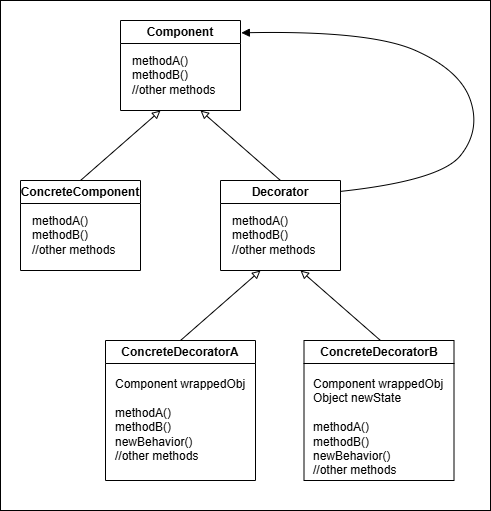
Earlier version of the draw.io export diagram.png (mikedr/design-pattern-decorator). Source tidied: cells renumbered, new cells last; positions are measured from the earlier drawing's top-left corner, leaving out a move shared by most shapes. Source of this version:
```xml
<mxGraphModel>
  <root>
    <mxCell id="0" />
    <mxCell id="1" parent="0" />
    <mxCell id="2" value="Component" style="swimlane;whiteSpace=wrap;html=1;" parent="1" vertex="1">
      <mxGeometry x="120" y="20" width="120" height="90" as="geometry" />
    </mxCell>
    <mxCell id="3" value="methodA()&lt;div&gt;methodB()&lt;/div&gt;&lt;div&gt;//other methods&lt;/div&gt;" style="text;html=1;align=left;verticalAlign=middle;whiteSpace=wrap;rounded=0;" parent="2" vertex="1">
      <mxGeometry x="10" y="30" width="100" height="50" as="geometry" />
    </mxCell>
    <mxCell id="4" style="edgeStyle=orthogonalEdgeStyle;rounded=0;orthogonalLoop=1;jettySize=auto;html=1;exitX=0.5;exitY=1;exitDx=0;exitDy=0;" parent="2" edge="1" source="3" target="3">
      <mxGeometry relative="1" as="geometry" />
    </mxCell>
    <mxCell id="5" value="ConcreteDecoratorA" style="swimlane;whiteSpace=wrap;html=1;swimlaneLine=1;rounded=0;shadow=0;" parent="1" vertex="1">
      <mxGeometry x="105" y="340" width="150" height="140" as="geometry" />
    </mxCell>
    <mxCell id="6" value="&lt;div&gt;Component wrappedObj&lt;/div&gt;&lt;div&gt;&lt;br&gt;&lt;/div&gt;methodA()&lt;div&gt;methodB()&lt;br&gt;newBehavior()&lt;/div&gt;&lt;div&gt;//other methods&lt;/div&gt;" style="text;html=1;align=left;verticalAlign=top;whiteSpace=wrap;rounded=0;" parent="5" vertex="1">
      <mxGeometry x="7.5" y="30" width="135" height="100" as="geometry" />
    </mxCell>
    <mxCell id="7" style="endArrow=block;html=1;rounded=0;curved=0;endFill=0;" parent="1" edge="1">
      <mxGeometry relative="1" as="geometry">
        <mxPoint x="80" y="180" as="sourcePoint" />
        <mxPoint x="160" y="110" as="targetPoint" />
      </mxGeometry>
    </mxCell>
    <mxCell id="8" style="endArrow=block;html=1;rounded=0;curved=0;endFill=0;" parent="1" edge="1">
      <mxGeometry relative="1" as="geometry">
        <mxPoint x="280" y="180" as="sourcePoint" />
        <mxPoint x="200" y="110" as="targetPoint" />
      </mxGeometry>
    </mxCell>
    <mxCell id="9" value="Decorator" style="swimlane;whiteSpace=wrap;html=1;" parent="1" vertex="1">
      <mxGeometry x="220" y="180" width="120" height="90" as="geometry" />
    </mxCell>
    <mxCell id="10" value="methodA()&lt;div&gt;methodB()&lt;/div&gt;&lt;div&gt;//other methods&lt;/div&gt;" style="text;html=1;align=left;verticalAlign=middle;whiteSpace=wrap;rounded=0;" parent="9" vertex="1">
      <mxGeometry x="10" y="30" width="100" height="50" as="geometry" />
    </mxCell>
    <mxCell id="11" style="edgeStyle=orthogonalEdgeStyle;rounded=0;orthogonalLoop=1;jettySize=auto;html=1;exitX=0.5;exitY=1;exitDx=0;exitDy=0;" parent="9" edge="1" source="10" target="10">
      <mxGeometry relative="1" as="geometry" />
    </mxCell>
    <mxCell id="12" value="ConcreteComponent" style="swimlane;whiteSpace=wrap;html=1;" parent="1" vertex="1">
      <mxGeometry x="20" y="180" width="120" height="90" as="geometry" />
    </mxCell>
    <mxCell id="13" value="methodA()&lt;div&gt;methodB()&lt;/div&gt;&lt;div&gt;//other methods&lt;/div&gt;" style="text;html=1;align=left;verticalAlign=middle;whiteSpace=wrap;rounded=0;" parent="12" vertex="1">
      <mxGeometry x="10" y="30" width="100" height="50" as="geometry" />
    </mxCell>
    <mxCell id="14" style="edgeStyle=orthogonalEdgeStyle;rounded=0;orthogonalLoop=1;jettySize=auto;html=1;exitX=0.5;exitY=1;exitDx=0;exitDy=0;" parent="12" edge="1" source="13" target="13">
      <mxGeometry relative="1" as="geometry" />
    </mxCell>
    <mxCell id="15" style="endArrow=block;html=1;rounded=0;curved=0;endFill=0;" parent="1" edge="1">
      <mxGeometry relative="1" as="geometry">
        <mxPoint x="180" y="340" as="sourcePoint" />
        <mxPoint x="260" y="270" as="targetPoint" />
      </mxGeometry>
    </mxCell>
    <mxCell id="16" style="endArrow=block;html=1;rounded=0;curved=0;endFill=0;" parent="1" edge="1">
      <mxGeometry relative="1" as="geometry">
        <mxPoint x="380" y="340" as="sourcePoint" />
        <mxPoint x="300" y="270" as="targetPoint" />
      </mxGeometry>
    </mxCell>
    <mxCell id="17" value="ConcreteDecoratorB" style="swimlane;whiteSpace=wrap;html=1;" parent="1" vertex="1">
      <mxGeometry x="303.5" y="340" width="150" height="140" as="geometry" />
    </mxCell>
    <mxCell id="18" value="&lt;div&gt;Component wrappedObj&lt;br&gt;Object newState&lt;/div&gt;&lt;div&gt;&lt;br&gt;&lt;/div&gt;methodA()&lt;div&gt;methodB()&lt;br&gt;newBehavior()&lt;/div&gt;&lt;div&gt;//other methods&lt;/div&gt;" style="text;html=1;align=left;verticalAlign=top;whiteSpace=wrap;rounded=0;" parent="17" vertex="1">
      <mxGeometry x="7.5" y="30" width="135" height="100" as="geometry" />
    </mxCell>
    <mxCell id="19" style="curved=1;endArrow=block;html=1;rounded=0;entryX=1.007;entryY=0.137;entryDx=0;entryDy=0;entryPerimeter=0;exitX=1.007;exitY=0.12;exitDx=0;exitDy=0;exitPerimeter=0;endFill=1;" parent="1" edge="1" source="9" target="2">
      <mxGeometry relative="1" as="geometry">
        <Array as="points">
          <mxPoint x="440" y="180" />
          <mxPoint x="480" y="130" />
          <mxPoint x="460" y="70" />
          <mxPoint x="370" y="30" />
        </Array>
      </mxGeometry>
    </mxCell>
    <mxCell id="20" style="rounded=0;whiteSpace=wrap;html=1;fillColor=none;" parent="1" vertex="1">
      <mxGeometry width="490" height="510" as="geometry" />
    </mxCell>
  </root>
</mxGraphModel>
```
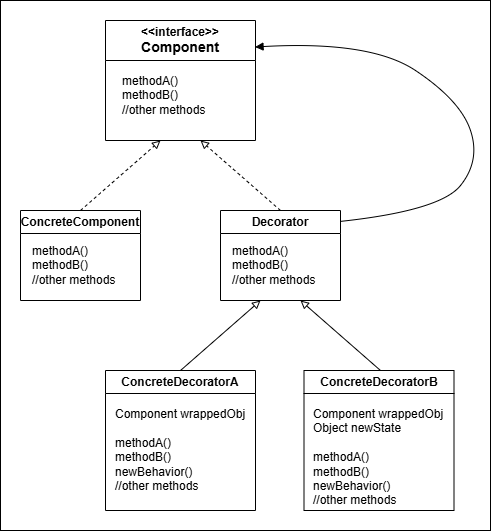
After the commit.

The edit, as a diff of the source:
```diff
@@ -2,28 +2,19 @@
   <root>
     <mxCell id="0" />
     <mxCell id="1" parent="0" />
-    <mxCell id="2" value="Component" style="swimlane;whiteSpace=wrap;html=1;" parent="1" vertex="1">
-      <mxGeometry x="120" y="20" width="120" height="90" as="geometry" />
-    </mxCell>
-    <mxCell id="3" value="methodA()&lt;div&gt;methodB()&lt;/div&gt;&lt;div&gt;//other methods&lt;/div&gt;" style="text;html=1;align=left;verticalAlign=middle;whiteSpace=wrap;rounded=0;" parent="2" vertex="1">
-      <mxGeometry x="10" y="30" width="100" height="50" as="geometry" />
-    </mxCell>
-    <mxCell id="4" style="edgeStyle=orthogonalEdgeStyle;rounded=0;orthogonalLoop=1;jettySize=auto;html=1;exitX=0.5;exitY=1;exitDx=0;exitDy=0;" parent="2" edge="1" source="3" target="3">
-      <mxGeometry relative="1" as="geometry" />
-    </mxCell>
     <mxCell id="5" value="ConcreteDecoratorA" style="swimlane;whiteSpace=wrap;html=1;swimlaneLine=1;rounded=0;shadow=0;" parent="1" vertex="1">
       <mxGeometry x="105" y="340" width="150" height="140" as="geometry" />
     </mxCell>
     <mxCell id="6" value="&lt;div&gt;Component wrappedObj&lt;/div&gt;&lt;div&gt;&lt;br&gt;&lt;/div&gt;methodA()&lt;div&gt;methodB()&lt;br&gt;newBehavior()&lt;/div&gt;&lt;div&gt;//other methods&lt;/div&gt;" style="text;html=1;align=left;verticalAlign=top;whiteSpace=wrap;rounded=0;" parent="5" vertex="1">
       <mxGeometry x="7.5" y="30" width="135" height="100" as="geometry" />
     </mxCell>
-    <mxCell id="7" style="endArrow=block;html=1;rounded=0;curved=0;endFill=0;" parent="1" edge="1">
+    <mxCell id="7" style="endArrow=block;html=1;rounded=0;curved=0;endFill=0;dashed=1;" parent="1" edge="1">
       <mxGeometry relative="1" as="geometry">
         <mxPoint x="80" y="180" as="sourcePoint" />
         <mxPoint x="160" y="110" as="targetPoint" />
       </mxGeometry>
     </mxCell>
-    <mxCell id="8" style="endArrow=block;html=1;rounded=0;curved=0;endFill=0;" parent="1" edge="1">
+    <mxCell id="8" style="endArrow=block;html=1;rounded=0;curved=0;endFill=0;dashed=1;" parent="1" edge="1">
       <mxGeometry relative="1" as="geometry">
         <mxPoint x="280" y="180" as="sourcePoint" />
         <mxPoint x="200" y="110" as="targetPoint" />
@@ -65,18 +56,24 @@
     <mxCell id="18" value="&lt;div&gt;Component wrappedObj&lt;br&gt;Object newState&lt;/div&gt;&lt;div&gt;&lt;br&gt;&lt;/div&gt;methodA()&lt;div&gt;methodB()&lt;br&gt;newBehavior()&lt;/div&gt;&lt;div&gt;//other methods&lt;/div&gt;" style="text;html=1;align=left;verticalAlign=top;whiteSpace=wrap;rounded=0;" parent="17" vertex="1">
       <mxGeometry x="7.5" y="30" width="135" height="100" as="geometry" />
     </mxCell>
-    <mxCell id="19" style="curved=1;endArrow=block;html=1;rounded=0;entryX=1.007;entryY=0.137;entryDx=0;entryDy=0;entryPerimeter=0;exitX=1.007;exitY=0.12;exitDx=0;exitDy=0;exitPerimeter=0;endFill=1;" parent="1" edge="1" source="9" target="2">
+    <mxCell id="19" style="curved=1;endArrow=block;html=1;rounded=0;exitX=1.007;exitY=0.12;exitDx=0;exitDy=0;exitPerimeter=0;endFill=1;entryX=0.997;entryY=0.221;entryDx=0;entryDy=0;entryPerimeter=0;" parent="1" edge="1" source="9" target="21">
       <mxGeometry relative="1" as="geometry">
         <Array as="points">
           <mxPoint x="440" y="180" />
           <mxPoint x="480" y="130" />
           <mxPoint x="460" y="70" />
-          <mxPoint x="370" y="30" />
+          <mxPoint x="370" y="10" />
         </Array>
       </mxGeometry>
     </mxCell>
     <mxCell id="20" style="rounded=0;whiteSpace=wrap;html=1;fillColor=none;" parent="1" vertex="1">
-      <mxGeometry width="490" height="510" as="geometry" />
+      <mxGeometry y="-30" width="490" height="530" as="geometry" />
     </mxCell>
+    <mxCell id="21" value="&amp;lt;&amp;lt;interface&amp;gt;&amp;gt;&lt;div&gt;&lt;font style=&quot;font-size: 14px;&quot;&gt;Component&lt;/font&gt;&lt;/div&gt;" style="swimlane;whiteSpace=wrap;html=1;startSize=40;" parent="1" vertex="1">
+      <mxGeometry x="105" y="-10" width="150" height="120" as="geometry" />
+    </mxCell>
+    <mxCell id="3" value="methodA()&lt;div&gt;methodB()&lt;/div&gt;&lt;div&gt;//other methods&lt;/div&gt;" style="text;html=1;align=left;verticalAlign=middle;whiteSpace=wrap;rounded=0;" parent="21" vertex="1">
+      <mxGeometry x="15" y="50" width="100" height="50" as="geometry" />
+    </mxCell>
   </root>
 </mxGraphModel>
```
